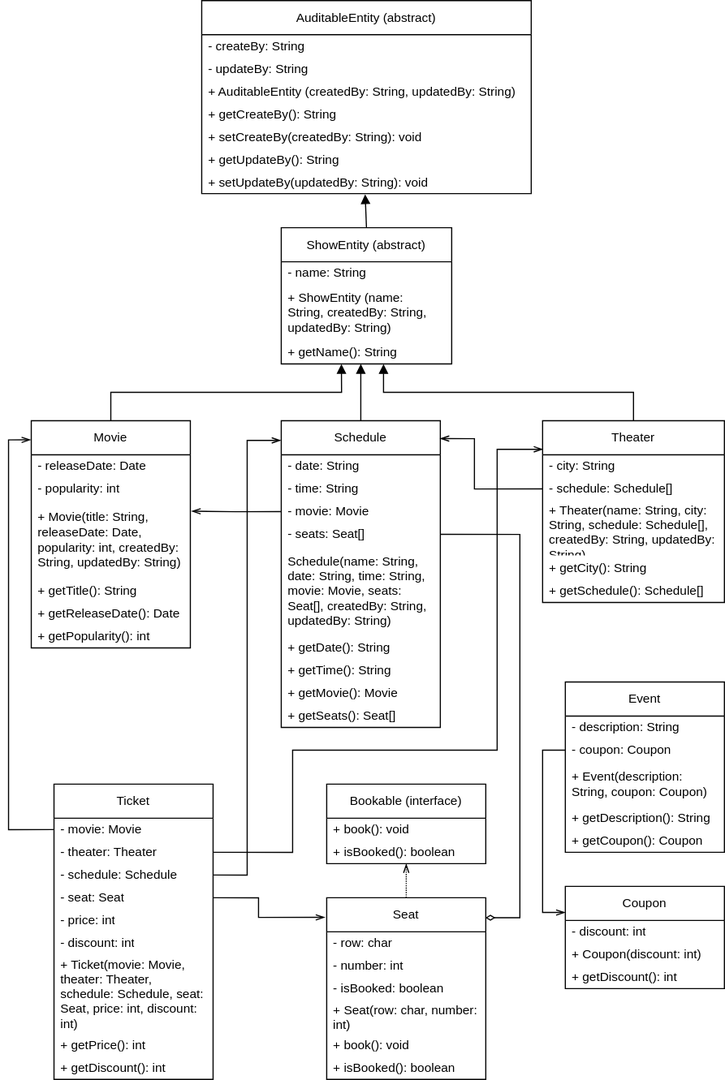
Above: Week6/영화예매 클래스.svg in 100-hours-a-week/5-judy-kim-community (draw.io), before the change. Source tidied: cells renumbered, new cells last; positions are measured from the earlier drawing's top-left corner, leaving out a move shared by most shapes.
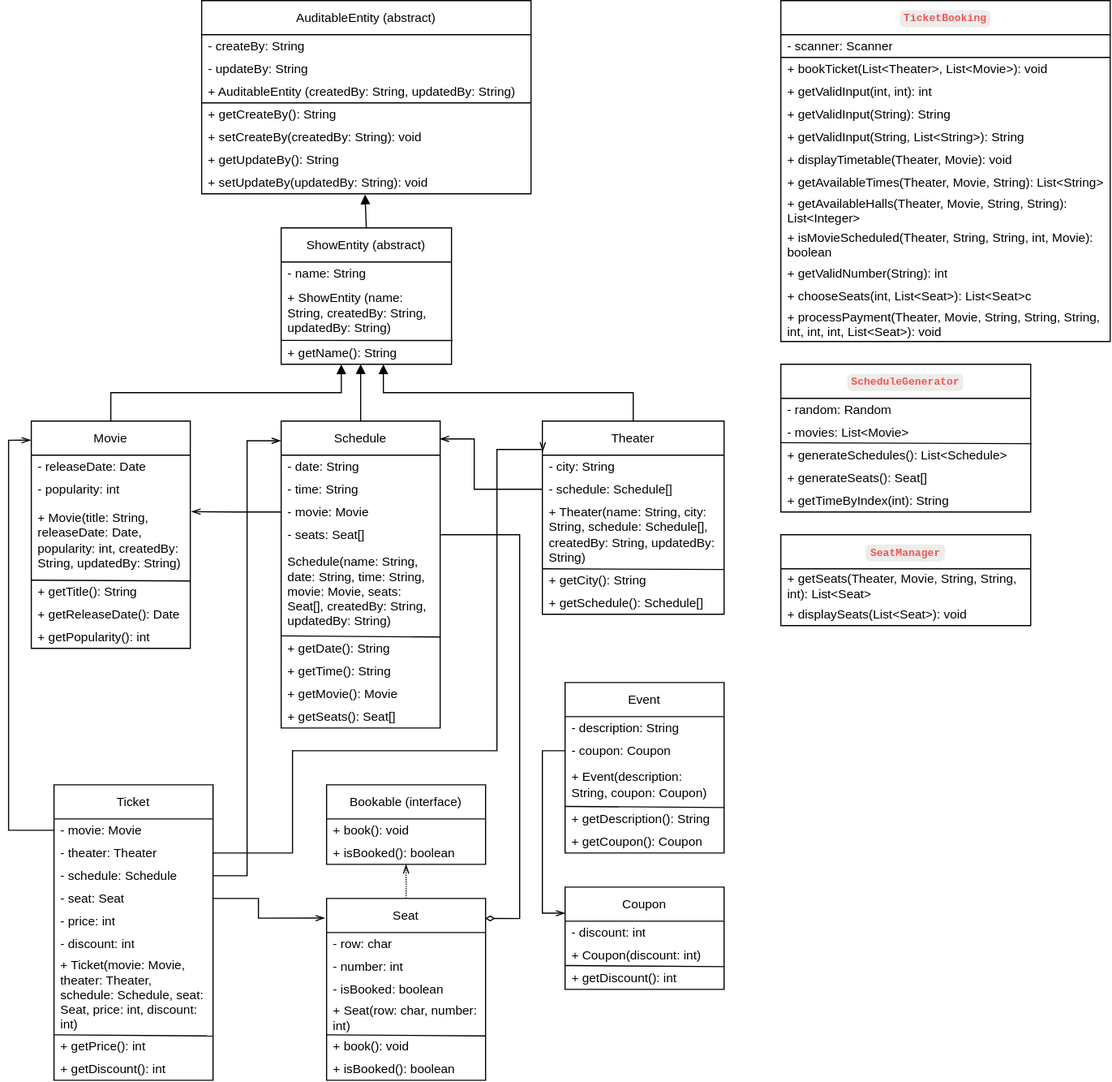
After the change.

Diff of the diagram source:
```diff
@@ -11,6 +11,11 @@
     <mxCell id="4" value="+ ShowEntity&lt;span style=&quot;background-color: initial;&quot;&gt;&amp;nbsp;(name: String,&amp;nbsp;&lt;/span&gt;createdBy: String, updatedBy: String&lt;span style=&quot;background-color: initial;&quot;&gt;)&lt;/span&gt;" style="text;strokeColor=none;fillColor=none;align=left;verticalAlign=middle;spacingLeft=4;spacingRight=4;overflow=hidden;whiteSpace=wrap;html=1;fontSize=11;" parent="2" vertex="1">
       <mxGeometry y="50" width="150" height="50" as="geometry" />
     </mxCell>
+    <mxCell id="80" style="endArrow=none;html=1;rounded=0;entryX=1.006;entryY=-0.046;entryDx=0;entryDy=0;entryPerimeter=0;" parent="2" edge="1" target="5">
+      <mxGeometry relative="1" as="geometry">
+        <mxPoint y="99" as="sourcePoint" />
+      </mxGeometry>
+    </mxCell>
     <mxCell id="5" value="+ getName(): String" style="text;strokeColor=none;fillColor=none;align=left;verticalAlign=middle;spacingLeft=4;spacingRight=4;overflow=hidden;points=[[0,0.5],[1,0.5]];portConstraint=eastwest;whiteSpace=wrap;html=1;fontSize=11;" parent="2" vertex="1">
       <mxGeometry y="100" width="150" height="20" as="geometry" />
     </mxCell>
@@ -53,6 +58,12 @@
     <mxCell id="18" value="Schedule(name: String, date: String, time: String, movie: Movie, seats: Seat[], createdBy: String, updatedBy: String)" style="text;strokeColor=none;fillColor=none;align=left;verticalAlign=middle;spacingLeft=4;spacingRight=4;overflow=hidden;whiteSpace=wrap;html=1;fontSize=11;" parent="13" vertex="1">
       <mxGeometry y="110" width="140" height="80" as="geometry" />
     </mxCell>
+    <mxCell id="81" style="endArrow=none;html=1;rounded=0;entryX=1.002;entryY=0.033;entryDx=0;entryDy=0;entryPerimeter=0;" parent="13" edge="1">
+      <mxGeometry relative="1" as="geometry">
+        <mxPoint y="189" as="sourcePoint" />
+        <mxPoint x="140" y="190" as="targetPoint" />
+      </mxGeometry>
+    </mxCell>
     <mxCell id="19" value="+ getDate(): String" style="text;strokeColor=none;fillColor=none;align=left;verticalAlign=middle;spacingLeft=4;spacingRight=4;overflow=hidden;whiteSpace=wrap;html=1;fontSize=11;" parent="13" vertex="1">
       <mxGeometry y="190" width="140" height="20" as="geometry" />
     </mxCell>
@@ -94,6 +105,12 @@
     <mxCell id="31" value="+ Seat(row: char, number: int)" style="text;strokeColor=none;fillColor=none;align=left;verticalAlign=middle;spacingLeft=4;spacingRight=4;overflow=hidden;whiteSpace=wrap;html=1;fontSize=11;" parent="27" vertex="1">
       <mxGeometry y="90" width="140" height="30" as="geometry" />
     </mxCell>
+    <mxCell id="82" style="endArrow=none;html=1;rounded=0;entryX=1.002;entryY=0.033;entryDx=0;entryDy=0;entryPerimeter=0;" parent="27" edge="1">
+      <mxGeometry relative="1" as="geometry">
+        <mxPoint y="120" as="sourcePoint" />
+        <mxPoint x="140" y="121" as="targetPoint" />
+      </mxGeometry>
+    </mxCell>
     <mxCell id="32" value="+ book(): void" style="text;strokeColor=none;fillColor=none;align=left;verticalAlign=middle;spacingLeft=4;spacingRight=4;overflow=hidden;whiteSpace=wrap;html=1;fontSize=11;" parent="27" vertex="1">
       <mxGeometry y="120" width="140" height="20" as="geometry" />
     </mxCell>
@@ -124,6 +141,12 @@
     <mxCell id="41" value="+ Ticket(movie: Movie, theater: Theater, schedule: Schedule, seat: Seat, price: int, discount: int)" style="text;strokeColor=none;fillColor=none;align=left;verticalAlign=middle;spacingLeft=4;spacingRight=4;overflow=hidden;whiteSpace=wrap;html=1;fontSize=11;" parent="34" vertex="1">
       <mxGeometry y="150" width="140" height="70" as="geometry" />
     </mxCell>
+    <mxCell id="83" style="endArrow=none;html=1;rounded=0;entryX=1.002;entryY=0.033;entryDx=0;entryDy=0;entryPerimeter=0;" parent="34" edge="1">
+      <mxGeometry relative="1" as="geometry">
+        <mxPoint y="220" as="sourcePoint" />
+        <mxPoint x="140" y="221" as="targetPoint" />
+      </mxGeometry>
+    </mxCell>
     <mxCell id="42" value="+ getPrice(): int" style="text;strokeColor=none;fillColor=none;align=left;verticalAlign=middle;spacingLeft=4;spacingRight=4;overflow=hidden;whiteSpace=wrap;html=1;fontSize=11;" parent="34" vertex="1">
       <mxGeometry y="220" width="140" height="20" as="geometry" />
     </mxCell>
@@ -131,7 +154,7 @@
       <mxGeometry y="240" width="140" height="20" as="geometry" />
     </mxCell>
     <mxCell id="44" value="Theater" style="swimlane;fontStyle=0;horizontal=1;startSize=30;whiteSpace=wrap;html=1;fontSize=11;" parent="1" vertex="1">
-      <mxGeometry x="450" y="370" width="160" height="160" as="geometry" />
+      <mxGeometry x="450" y="370" width="160" height="170" as="geometry" />
     </mxCell>
     <mxCell id="45" value="- city: String" style="text;strokeColor=none;fillColor=none;align=left;verticalAlign=middle;spacingLeft=4;spacingRight=4;overflow=hidden;whiteSpace=wrap;html=1;fontSize=11;" parent="44" vertex="1">
       <mxGeometry y="30" width="160" height="20" as="geometry" />
@@ -140,13 +163,18 @@
       <mxGeometry y="50" width="160" height="20" as="geometry" />
     </mxCell>
     <mxCell id="47" value="+ Theater(name: String, city: String, schedule: Schedule[], createdBy: String, updatedBy: String)" style="text;strokeColor=none;fillColor=none;align=left;verticalAlign=middle;spacingLeft=4;spacingRight=4;overflow=hidden;whiteSpace=wrap;html=1;fontSize=11;" parent="44" vertex="1">
-      <mxGeometry y="70" width="160" height="50" as="geometry" />
+      <mxGeometry y="70" width="160" height="60" as="geometry" />
     </mxCell>
+    <mxCell id="84" style="endArrow=none;html=1;rounded=0;entryX=0.998;entryY=0.029;entryDx=0;entryDy=0;entryPerimeter=0;" parent="44" edge="1" target="48">
+      <mxGeometry relative="1" as="geometry">
+        <mxPoint y="130" as="sourcePoint" />
+      </mxGeometry>
+    </mxCell>
     <mxCell id="48" value="+ getCity(): String" style="text;strokeColor=none;fillColor=none;align=left;verticalAlign=middle;spacingLeft=4;spacingRight=4;overflow=hidden;points=[[0,0.5],[1,0.5]];portConstraint=eastwest;whiteSpace=wrap;html=1;fontSize=11;" parent="44" vertex="1">
-      <mxGeometry y="120" width="160" height="20" as="geometry" />
+      <mxGeometry y="130" width="160" height="20" as="geometry" />
     </mxCell>
     <mxCell id="49" value="+ getSchedule(): Schedule[]" style="text;strokeColor=none;fillColor=none;align=left;verticalAlign=middle;spacingLeft=4;spacingRight=4;overflow=hidden;whiteSpace=wrap;html=1;fontSize=11;" parent="44" vertex="1">
-      <mxGeometry y="140" width="160" height="20" as="geometry" />
+      <mxGeometry y="150" width="160" height="20" as="geometry" />
     </mxCell>
     <mxCell id="50" value="Event" style="swimlane;fontStyle=0;horizontal=1;startSize=30;whiteSpace=wrap;html=1;fontSize=11;" parent="1" vertex="1">
       <mxGeometry x="470" y="600" width="140" height="150" as="geometry" />
@@ -160,6 +188,12 @@
     <mxCell id="53" value="+ Event(description: String, coupon: Coupon)" style="text;strokeColor=none;fillColor=none;align=left;verticalAlign=middle;spacingLeft=4;spacingRight=4;overflow=hidden;whiteSpace=wrap;html=1;fontSize=11;" parent="50" vertex="1">
       <mxGeometry y="70" width="140" height="40" as="geometry" />
     </mxCell>
+    <mxCell id="85" style="endArrow=none;html=1;rounded=0;entryX=1.002;entryY=0.033;entryDx=0;entryDy=0;entryPerimeter=0;" parent="50" edge="1">
+      <mxGeometry relative="1" as="geometry">
+        <mxPoint y="109" as="sourcePoint" />
+        <mxPoint x="140" y="110" as="targetPoint" />
+      </mxGeometry>
+    </mxCell>
     <mxCell id="54" value="+ getDescription(): String" style="text;strokeColor=none;fillColor=none;align=left;verticalAlign=middle;spacingLeft=4;spacingRight=4;overflow=hidden;whiteSpace=wrap;html=1;fontSize=11;" parent="50" vertex="1">
       <mxGeometry y="110" width="140" height="20" as="geometry" />
     </mxCell>
@@ -175,6 +209,12 @@
     <mxCell id="58" value="+ Coupon(discount: int)" style="text;strokeColor=none;fillColor=none;align=left;verticalAlign=middle;spacingLeft=4;spacingRight=4;overflow=hidden;whiteSpace=wrap;html=1;fontSize=11;" parent="56" vertex="1">
       <mxGeometry y="50" width="140" height="20" as="geometry" />
     </mxCell>
+    <mxCell id="86" style="endArrow=none;html=1;rounded=0;entryX=1.002;entryY=0.033;entryDx=0;entryDy=0;entryPerimeter=0;" parent="56" edge="1">
+      <mxGeometry relative="1" as="geometry">
+        <mxPoint y="69" as="sourcePoint" />
+        <mxPoint x="140" y="70" as="targetPoint" />
+      </mxGeometry>
+    </mxCell>
     <mxCell id="59" value="+ getDiscount(): int" style="text;strokeColor=none;fillColor=none;align=left;verticalAlign=middle;spacingLeft=4;spacingRight=4;overflow=hidden;whiteSpace=wrap;html=1;fontSize=11;" parent="56" vertex="1">
       <mxGeometry y="70" width="140" height="20" as="geometry" />
     </mxCell>
@@ -252,6 +292,11 @@
     <mxCell id="72" value="- createBy: String" style="text;strokeColor=none;fillColor=none;align=left;verticalAlign=middle;spacingLeft=4;spacingRight=4;overflow=hidden;whiteSpace=wrap;html=1;fontSize=11;" parent="71" vertex="1">
       <mxGeometry y="30" width="290" height="20" as="geometry" />
     </mxCell>
+    <mxCell id="87" style="endArrow=none;html=1;rounded=0;entryX=1;entryY=0;entryDx=0;entryDy=0;entryPerimeter=0;" parent="71" edge="1" target="75">
+      <mxGeometry relative="1" as="geometry">
+        <mxPoint y="90" as="sourcePoint" />
+      </mxGeometry>
+    </mxCell>
     <mxCell id="73" value="- updateBy: String" style="text;strokeColor=none;fillColor=none;align=left;verticalAlign=middle;spacingLeft=4;spacingRight=4;overflow=hidden;whiteSpace=wrap;html=1;fontSize=11;" parent="71" vertex="1">
       <mxGeometry y="50" width="290" height="20" as="geometry" />
     </mxCell>
@@ -273,5 +318,87 @@
     <mxCell id="79" style="edgeStyle=orthogonalEdgeStyle;rounded=0;jettySize=auto;html=1;exitX=0.5;exitY=0;exitDx=0;exitDy=0;entryX=0.496;entryY=1.032;entryDx=0;entryDy=0;entryPerimeter=0;endArrow=block;endFill=1;" parent="1" edge="1" source="2" target="78">
       <mxGeometry relative="1" as="geometry" />
     </mxCell>
+    <mxCell id="88" style="endArrow=none;html=1;rounded=0;entryX=1.002;entryY=0.033;entryDx=0;entryDy=0;entryPerimeter=0;" parent="1" edge="1" target="10">
+      <mxGeometry relative="1" as="geometry">
+        <mxPoint y="510" as="sourcePoint" />
+      </mxGeometry>
+    </mxCell>
+    <mxCell id="89" value="&lt;span class=&quot;notion-enable-hover&quot; spellcheck=&quot;false&quot; style=&quot;font-family:&amp;quot;SFMono-Regular&amp;quot;, Menlo, Consolas, &amp;quot;PT Mono&amp;quot;, &amp;quot;Liberation Mono&amp;quot;, Courier, monospace;line-height:normal;background:rgba(135,131,120,.15);color:#EB5757;border-radius:4px;font-size:85%;padding:0.2em 0.4em;font-weight:600&quot;&gt;TicketBooking&lt;/span&gt;" style="swimlane;fontStyle=0;horizontal=1;startSize=30;whiteSpace=wrap;html=1;fontSize=11;" parent="1" vertex="1">
+      <mxGeometry x="660" width="290" height="300" as="geometry" />
+    </mxCell>
+    <mxCell id="90" value="- scanner: Scanner" style="text;strokeColor=none;fillColor=none;align=left;verticalAlign=middle;spacingLeft=4;spacingRight=4;overflow=hidden;whiteSpace=wrap;html=1;fontSize=11;" parent="89" vertex="1">
+      <mxGeometry y="30" width="290" height="20" as="geometry" />
+    </mxCell>
+    <mxCell id="91" style="endArrow=none;html=1;rounded=0;entryX=1;entryY=0;entryDx=0;entryDy=0;entryPerimeter=0;" parent="89" edge="1">
+      <mxGeometry relative="1" as="geometry">
+        <mxPoint y="50" as="sourcePoint" />
+        <mxPoint x="290" y="50" as="targetPoint" />
+      </mxGeometry>
+    </mxCell>
+    <mxCell id="92" value="+ bookTicket(List&amp;lt;Theater&amp;gt;, List&amp;lt;Movie&amp;gt;): void" style="text;strokeColor=none;fillColor=none;align=left;verticalAlign=middle;spacingLeft=4;spacingRight=4;overflow=hidden;whiteSpace=wrap;html=1;fontSize=11;" parent="89" vertex="1">
+      <mxGeometry y="50" width="290" height="20" as="geometry" />
+    </mxCell>
+    <mxCell id="93" value="+ getValidInput(int, int): int&amp;nbsp;" style="text;strokeColor=none;fillColor=none;align=left;verticalAlign=middle;spacingLeft=4;spacingRight=4;overflow=hidden;whiteSpace=wrap;html=1;fontSize=11;" parent="89" vertex="1">
+      <mxGeometry y="70" width="290" height="20" as="geometry" />
+    </mxCell>
+    <mxCell id="94" value="+ getValidInput(String): String" style="text;strokeColor=none;fillColor=none;align=left;verticalAlign=middle;spacingLeft=4;spacingRight=4;overflow=hidden;whiteSpace=wrap;html=1;fontSize=11;" parent="89" vertex="1">
+      <mxGeometry y="90" width="290" height="20" as="geometry" />
+    </mxCell>
+    <mxCell id="95" value="+ getValidInput(String, List&amp;lt;String&amp;gt;): String" style="text;strokeColor=none;fillColor=none;align=left;verticalAlign=middle;spacingLeft=4;spacingRight=4;overflow=hidden;whiteSpace=wrap;html=1;fontSize=11;" parent="89" vertex="1">
+      <mxGeometry y="110" width="290" height="20" as="geometry" />
+    </mxCell>
+    <mxCell id="96" value="+ displayTimetable(Theater, Movie): void" style="text;strokeColor=none;fillColor=none;align=left;verticalAlign=middle;spacingLeft=4;spacingRight=4;overflow=hidden;whiteSpace=wrap;html=1;fontSize=11;" parent="89" vertex="1">
+      <mxGeometry y="130" width="290" height="20" as="geometry" />
+    </mxCell>
+    <mxCell id="97" value="+ getAvailableTimes(Theater, Movie, String): List&amp;lt;String&amp;gt;" style="text;strokeColor=none;fillColor=none;align=left;verticalAlign=middle;spacingLeft=4;spacingRight=4;overflow=hidden;whiteSpace=wrap;html=1;fontSize=11;" parent="89" vertex="1">
+      <mxGeometry y="150" width="290" height="20" as="geometry" />
+    </mxCell>
+    <mxCell id="98" value="+ getAvailableHalls(Theater, Movie, String, String): List&amp;lt;Integer&amp;gt;" style="text;strokeColor=none;fillColor=none;align=left;verticalAlign=middle;spacingLeft=4;spacingRight=4;overflow=hidden;whiteSpace=wrap;html=1;fontSize=11;" parent="89" vertex="1">
+      <mxGeometry y="170" width="290" height="30" as="geometry" />
+    </mxCell>
+    <mxCell id="99" value="+ isMovieScheduled(Theater, String, String, int, Movie): boolean" style="text;strokeColor=none;fillColor=none;align=left;verticalAlign=middle;spacingLeft=4;spacingRight=4;overflow=hidden;whiteSpace=wrap;html=1;fontSize=11;" parent="89" vertex="1">
+      <mxGeometry y="200" width="290" height="30" as="geometry" />
+    </mxCell>
+    <mxCell id="100" value="+ getValidNumber(String): int" style="text;strokeColor=none;fillColor=none;align=left;verticalAlign=middle;spacingLeft=4;spacingRight=4;overflow=hidden;whiteSpace=wrap;html=1;fontSize=11;" parent="89" vertex="1">
+      <mxGeometry y="230" width="290" height="20" as="geometry" />
+    </mxCell>
+    <mxCell id="101" value="+ chooseSeats(int, List&amp;lt;Seat&amp;gt;): List&amp;lt;Seat&amp;gt;c" style="text;strokeColor=none;fillColor=none;align=left;verticalAlign=middle;spacingLeft=4;spacingRight=4;overflow=hidden;whiteSpace=wrap;html=1;fontSize=11;" parent="89" vertex="1">
+      <mxGeometry y="250" width="290" height="20" as="geometry" />
+    </mxCell>
+    <mxCell id="102" value="+ processPayment(Theater, Movie, String, String, String, int, int, int, List&amp;lt;Seat&amp;gt;): void" style="text;strokeColor=none;fillColor=none;align=left;verticalAlign=middle;spacingLeft=4;spacingRight=4;overflow=hidden;whiteSpace=wrap;html=1;fontSize=11;" parent="89" vertex="1">
+      <mxGeometry y="270" width="290" height="30" as="geometry" />
+    </mxCell>
+    <mxCell id="103" value="&lt;span class=&quot;notion-enable-hover&quot; spellcheck=&quot;false&quot; style=&quot;font-family:&amp;quot;SFMono-Regular&amp;quot;, Menlo, Consolas, &amp;quot;PT Mono&amp;quot;, &amp;quot;Liberation Mono&amp;quot;, Courier, monospace;line-height:normal;background:rgba(135,131,120,.15);color:#EB5757;border-radius:4px;font-size:85%;padding:0.2em 0.4em;font-weight:600&quot;&gt;ScheduleGenerator&lt;/span&gt;" style="swimlane;fontStyle=0;horizontal=1;startSize=30;whiteSpace=wrap;html=1;fontSize=11;" parent="1" vertex="1">
+      <mxGeometry x="660" y="320" width="220" height="130" as="geometry" />
+    </mxCell>
+    <mxCell id="104" value="- random: Random&amp;nbsp;" style="text;strokeColor=none;fillColor=none;align=left;verticalAlign=middle;spacingLeft=4;spacingRight=4;overflow=hidden;whiteSpace=wrap;html=1;fontSize=11;" parent="103" vertex="1">
+      <mxGeometry y="30" width="220" height="20" as="geometry" />
+    </mxCell>
+    <mxCell id="105" value="- movies: List&amp;lt;Movie&amp;gt;" style="text;strokeColor=none;fillColor=none;align=left;verticalAlign=middle;spacingLeft=4;spacingRight=4;overflow=hidden;points=[[0,0.5],[1,0.5]];portConstraint=eastwest;whiteSpace=wrap;html=1;fontSize=11;" parent="103" vertex="1">
+      <mxGeometry y="50" width="220" height="20" as="geometry" />
+    </mxCell>
+    <mxCell id="106" style="endArrow=none;html=1;rounded=0;entryX=1.003;entryY=0.994;entryDx=0;entryDy=0;entryPerimeter=0;" parent="103" edge="1" target="105">
+      <mxGeometry relative="1" as="geometry">
+        <mxPoint y="69" as="sourcePoint" />
+      </mxGeometry>
+    </mxCell>
+    <mxCell id="107" value="+ generateSchedules(): List&amp;lt;Schedule&amp;gt;" style="text;strokeColor=none;fillColor=none;align=left;verticalAlign=middle;spacingLeft=4;spacingRight=4;overflow=hidden;whiteSpace=wrap;html=1;fontSize=11;" parent="103" vertex="1">
+      <mxGeometry y="70" width="220" height="20" as="geometry" />
+    </mxCell>
+    <mxCell id="108" value="+ generateSeats(): Seat[]" style="text;strokeColor=none;fillColor=none;align=left;verticalAlign=middle;spacingLeft=4;spacingRight=4;overflow=hidden;whiteSpace=wrap;html=1;fontSize=11;" parent="103" vertex="1">
+      <mxGeometry y="90" width="220" height="20" as="geometry" />
+    </mxCell>
+    <mxCell id="109" value="+ getTimeByIndex(int): String" style="text;strokeColor=none;fillColor=none;align=left;verticalAlign=middle;spacingLeft=4;spacingRight=4;overflow=hidden;whiteSpace=wrap;html=1;fontSize=11;" parent="103" vertex="1">
+      <mxGeometry y="110" width="220" height="20" as="geometry" />
+    </mxCell>
+    <mxCell id="110" value="&lt;span class=&quot;notion-enable-hover&quot; spellcheck=&quot;false&quot; style=&quot;font-family:&amp;quot;SFMono-Regular&amp;quot;, Menlo, Consolas, &amp;quot;PT Mono&amp;quot;, &amp;quot;Liberation Mono&amp;quot;, Courier, monospace;line-height:normal;background:rgba(135,131,120,.15);color:#EB5757;border-radius:4px;font-size:85%;padding:0.2em 0.4em;font-weight:600&quot;&gt;SeatManager&lt;/span&gt;" style="swimlane;fontStyle=0;horizontal=1;startSize=30;whiteSpace=wrap;html=1;fontSize=11;" parent="1" vertex="1">
+      <mxGeometry x="660" y="470" width="220" height="80" as="geometry" />
+    </mxCell>
+    <mxCell id="111" value="+ getSeats(Theater, Movie, String, String, int): List&amp;lt;Seat&amp;gt;" style="text;strokeColor=none;fillColor=none;align=left;verticalAlign=middle;spacingLeft=4;spacingRight=4;overflow=hidden;whiteSpace=wrap;html=1;fontSize=11;" parent="110" vertex="1">
+      <mxGeometry y="30" width="220" height="30" as="geometry" />
+    </mxCell>
+    <mxCell id="112" value="+ displaySeats(List&amp;lt;Seat&amp;gt;): void" style="text;strokeColor=none;fillColor=none;align=left;verticalAlign=middle;spacingLeft=4;spacingRight=4;overflow=hidden;whiteSpace=wrap;html=1;fontSize=11;" parent="110" vertex="1">
+      <mxGeometry y="60" width="220" height="20" as="geometry" />
+    </mxCell>
   </root>
 </mxGraphModel>
```
